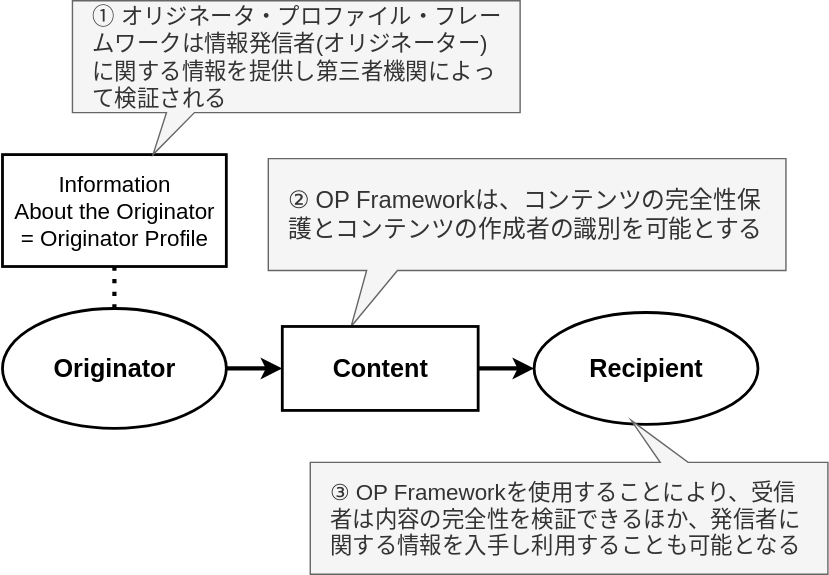
Before: Drawings/Architecture-What-OP-Provides.ja.drawio.svg, a diagram exported from draw.io (originator-profile/docs.originator-profile.org). Source tidied: cells renumbered, new cells last; positions are measured from the earlier drawing's top-left corner, leaving out a move shared by most shapes.
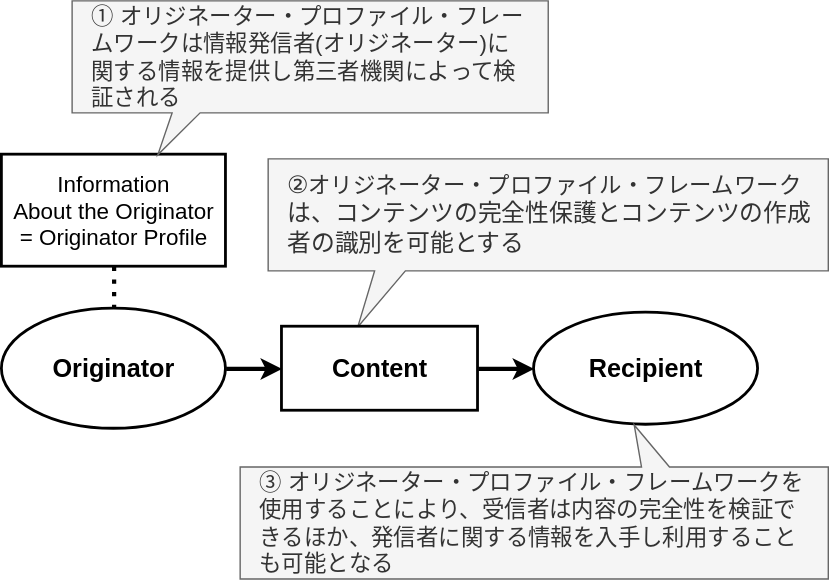
The same file after the commit.

What changed in the source:
```diff
@@ -14,17 +14,17 @@
     <mxCell id="5" style="endArrow=none;dashed=1;html=1;dashPattern=1 2;strokeWidth=3;rounded=0;" parent="1" edge="1" source="4" target="2">
       <mxGeometry relative="1" as="geometry" />
     </mxCell>
-    <mxCell id="6" value="①&amp;nbsp;&lt;span style=&quot;background-color: transparent;&quot;&gt;オリジネータ・プロファイル・フレームワークは情報発信者(&lt;/span&gt;&lt;span style=&quot;background-color: transparent; color: light-dark(rgb(51, 51, 51), rgb(193, 193, 193));&quot;&gt;オリジネーター)に関する情報を提供し&lt;/span&gt;&lt;span style=&quot;background-color: transparent; color: light-dark(rgb(51, 51, 51), rgb(193, 193, 193));&quot;&gt;第三者機関によって検証される&lt;/span&gt;" style="shape=callout;whiteSpace=wrap;html=1;perimeter=calloutPerimeter;direction=east;position2=0.18;fillColor=#f5f5f5;fontColor=#333333;strokeColor=#666666;fontSize=16;size=30;position=0.21;base=20;align=left;spacingLeft=12;spacingRight=12;" parent="1" vertex="1">
-      <mxGeometry x="50" width="320" height="110" as="geometry" />
+    <mxCell id="6" value="①&amp;nbsp;&lt;span style=&quot;background-color: transparent;&quot;&gt;オリジネーター・プロファイル・フレームワークは情報発信者(&lt;/span&gt;&lt;span style=&quot;background-color: transparent; color: light-dark(rgb(51, 51, 51), rgb(193, 193, 193));&quot;&gt;オリジネーター)に関する情報を提供し&lt;/span&gt;&lt;span style=&quot;background-color: transparent; color: light-dark(rgb(51, 51, 51), rgb(193, 193, 193));&quot;&gt;第三者機関によって検証される&lt;/span&gt;" style="shape=callout;whiteSpace=wrap;html=1;perimeter=calloutPerimeter;direction=east;position2=0.18;fillColor=#f5f5f5;fontColor=#333333;strokeColor=#666666;fontSize=16;size=30;position=0.21;base=20;align=left;spacingLeft=12;spacingRight=12;" parent="1" vertex="1">
+      <mxGeometry x="50" width="340" height="110" as="geometry" />
     </mxCell>
-    <mxCell id="7" value="&lt;div&gt;②&amp;nbsp;&lt;span style=&quot;background-color: transparent;&quot;&gt;OP Frameworkは、コンテンツの完全性保護とコンテンツの作成者の識別を可能とする&lt;/span&gt;&lt;/div&gt;" style="shape=callout;whiteSpace=wrap;html=1;perimeter=calloutPerimeter;direction=east;fillColor=#f5f5f5;fontColor=#333333;strokeColor=#666666;fontSize=17;position2=0.16;size=40;position=0.19;base=22;align=left;spacingLeft=12;spacingRight=12;" parent="1" vertex="1">
-      <mxGeometry x="190" y="112.9" width="370" height="120" as="geometry" />
+    <mxCell id="7" value="&lt;div&gt;②&lt;span style=&quot;font-size: 16px;&quot;&gt;オリジネーター・プロファイル・フレームワーク&lt;/span&gt;&lt;span style=&quot;background-color: transparent;&quot;&gt;は、コンテンツの完全性保護とコンテンツの作成者の識別を可能とする&lt;/span&gt;&lt;/div&gt;" style="shape=callout;whiteSpace=wrap;html=1;perimeter=calloutPerimeter;direction=east;fillColor=#f5f5f5;fontColor=#333333;strokeColor=#666666;fontSize=17;position2=0.16;size=40;position=0.19;base=22;align=left;spacingLeft=12;spacingRight=12;" parent="1" vertex="1">
+      <mxGeometry x="190" y="112.9" width="400" height="120" as="geometry" />
     </mxCell>
     <mxCell id="8" style="endArrow=classic;html=1;rounded=0;entryX=0;entryY=0.5;entryDx=0;entryDy=0;strokeWidth=3;" parent="1" edge="1" source="11" target="3">
       <mxGeometry relative="1" as="geometry" />
     </mxCell>
-    <mxCell id="9" value="③&amp;nbsp;OP Frameworkを使用することにより、受信者は内容の完全性を検証できるほか、発信者に関する情報を入手し利用することも可能となる" style="shape=callout;whiteSpace=wrap;html=1;perimeter=calloutPerimeter;direction=west;position2=0.38;fillColor=#f5f5f5;fontColor=#333333;strokeColor=#666666;fontSize=16;size=30;position=0.27;base=20;align=left;spacingLeft=12;spacingRight=12;" parent="1" vertex="1">
-      <mxGeometry x="220" y="300" width="370" height="110" as="geometry" />
+    <mxCell id="9" value="③ オリジネーター・プロファイル・フレームワークを使用することにより、受信者は内容の完全性を検証できるほか、発信者に関する情報を入手し利用することも可能となる" style="shape=callout;whiteSpace=wrap;html=1;perimeter=calloutPerimeter;direction=west;position2=0.33;fillColor=#f5f5f5;fontColor=#333333;strokeColor=#666666;fontSize=16;size=30;position=0.27;base=20;align=left;spacingLeft=12;spacingRight=12;" parent="1" vertex="1">
+      <mxGeometry x="170" y="302.9" width="420" height="110" as="geometry" />
     </mxCell>
     <mxCell id="10" style="endArrow=classic;html=1;rounded=0;entryX=0;entryY=0.5;entryDx=0;entryDy=0;strokeWidth=3;" parent="1" edge="1" source="2" target="11">
       <mxGeometry relative="1" as="geometry" />
```
